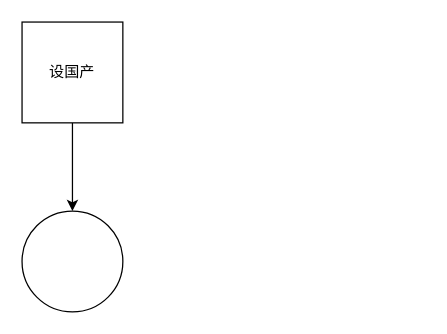
Above: Untitled Diagram.drawio in wanghaokun/test (draw.io), before the change. Source tidied: cells renumbered, new cells numbered last; positions are measured from the earlier drawing's top-left corner, leaving out a move shared by most shapes. Both pictures are drawn from the tidied source at 126%, with x=0, y=0 at pixel (21, 21).
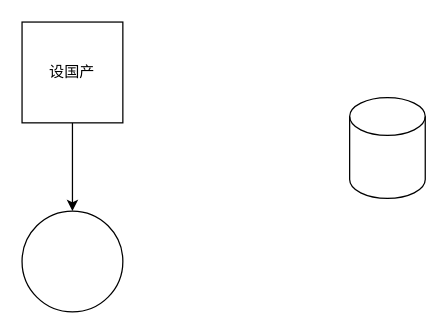
Above is the later version.

Change to the diagram source:
```diff
@@
 <mxGraphModel>
   <root>
     <mxCell id="0" />
     <mxCell id="1" parent="0" />
     <mxCell id="2" style="ellipse;whiteSpace=wrap;html=1;" parent="1" vertex="1">
       <mxGeometry y="150" width="80" height="80" as="geometry" />
     </mxCell>
     <mxCell id="3" style="edgeStyle=orthogonalEdgeStyle;rounded=0;jettySize=auto;html=1;entryX=0.5;entryY=0;entryDx=0;entryDy=0;" parent="1" edge="1" source="4" target="2">
       <mxGeometry relative="1" as="geometry" />
     </mxCell>
     <mxCell id="4" value="设国产" style="whiteSpace=wrap;html=1;" parent="1" vertex="1">
       <mxGeometry width="80" height="80" as="geometry" />
     </mxCell>
+    <mxCell id="5" style="shape=cylinder3;whiteSpace=wrap;html=1;boundedLbl=1;backgroundOutline=1;size=15;" parent="1" vertex="1">
+      <mxGeometry x="260" y="60" width="60" height="80" as="geometry" />
+    </mxCell>
   </root>
 </mxGraphModel>
```
